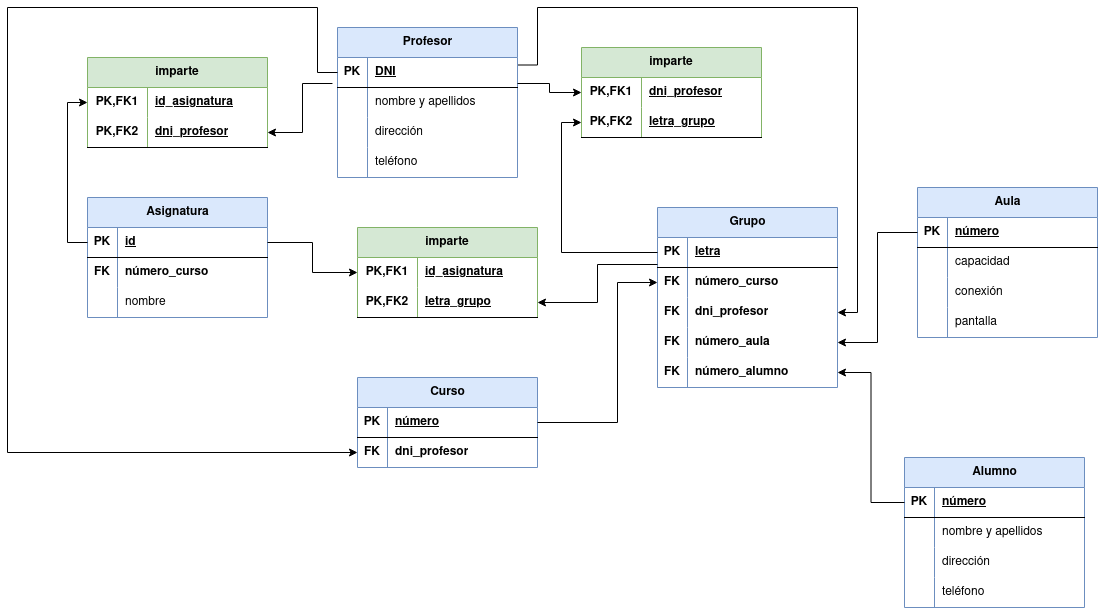
This is Unidad-2/Tareas/ Docente (MR-2)/docente.drawio.png from mdiogc/base-datos, a draw.io export, as it was before one commit. Source tidied: cells renumbered, new cells last; positions are measured from the earlier drawing's top-left corner, leaving out a move shared by most shapes.
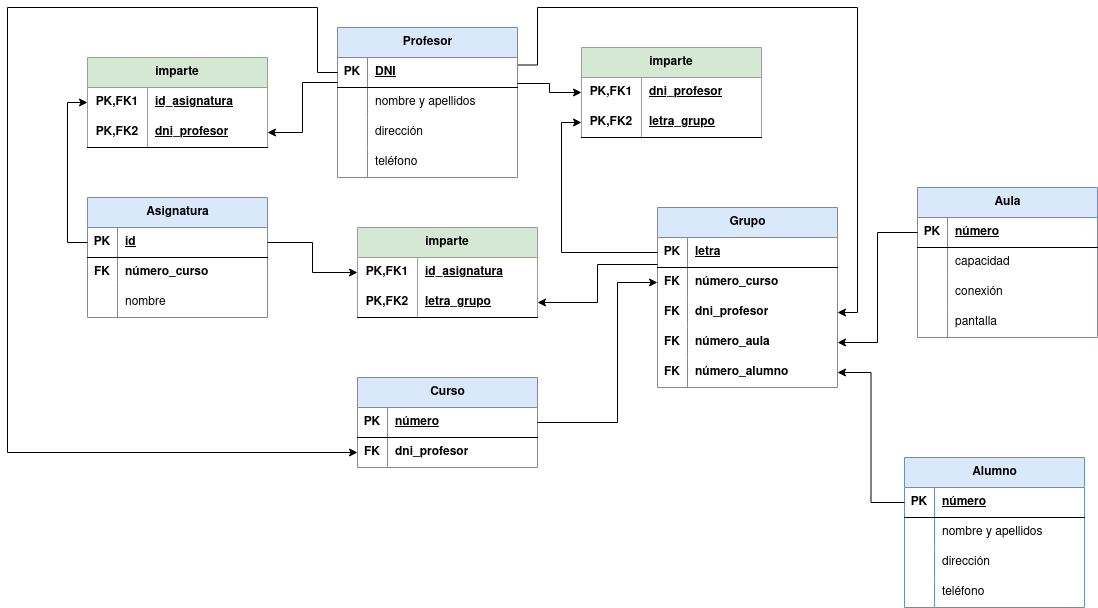
After the commit.

Change to the diagram source:
```diff
@@ -300,7 +300,7 @@
     <mxCell id="98" value="teléfono" style="shape=partialRectangle;fillColor=none;top=0;left=0;bottom=0;right=0;align=left;spacingLeft=6;overflow=hidden;whiteSpace=wrap;html=1;" parent="96" vertex="1">
       <mxGeometry x="30" width="150" height="30" as="geometry" />
     </mxCell>
-    <mxCell id="99" style="edgeStyle=orthogonalEdgeStyle;rounded=0;jettySize=auto;html=1;exitX=-0.028;exitY=-0.133;exitDx=0;exitDy=0;entryX=1;entryY=0.5;entryDx=0;entryDy=0;exitPerimeter=0;" parent="1" edge="1" source="90" target="43">
+    <mxCell id="99" style="edgeStyle=orthogonalEdgeStyle;rounded=0;jettySize=auto;html=1;exitX=0;exitY=0.833;exitDx=0;exitDy=0;entryX=1;entryY=0.5;entryDx=0;entryDy=0;exitPerimeter=0;" parent="1" edge="1" source="87" target="43">
       <mxGeometry relative="1" as="geometry" />
     </mxCell>
     <mxCell id="100" style="edgeStyle=orthogonalEdgeStyle;rounded=0;jettySize=auto;html=1;exitX=0;exitY=0.5;exitDx=0;exitDy=0;entryX=0;entryY=0.5;entryDx=0;entryDy=0;" parent="1" edge="1" source="87" target="29">
```
